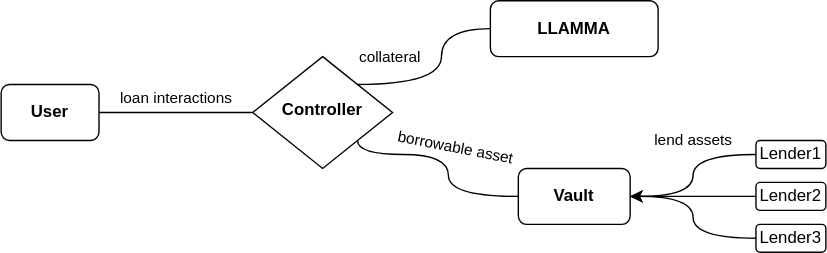
Before: docs/assets/images/lending_overview.svg, a diagram exported from draw.io (CurveDocs/curve-docs). Source tidied: cells renumbered, new cells last; positions are measured from the earlier drawing's top-left corner, leaving out a move shared by most shapes.
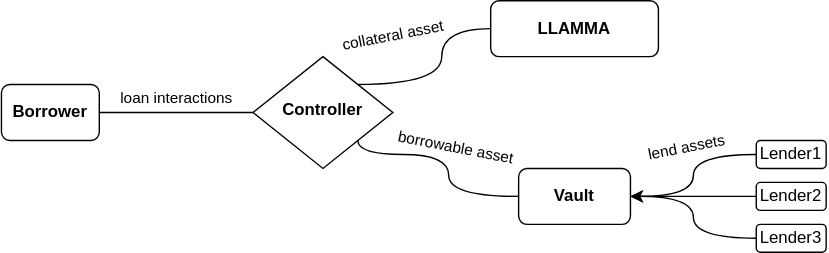
The same diagram one commit later.

Change to the diagram source:
```diff
@@ -5,11 +5,11 @@
     <mxCell id="2" value="loan interactions" style="edgeStyle=orthogonalEdgeStyle;rounded=0;jettySize=auto;html=1;exitX=1;exitY=0.5;exitDx=0;exitDy=0;entryX=0;entryY=0.5;entryDx=0;entryDy=0;endArrow=none;endFill=0;" parent="1" edge="1" source="3" target="5">
       <mxGeometry y="10" relative="1" as="geometry" />
     </mxCell>
-    <mxCell id="3" value="&lt;b&gt;User&lt;/b&gt;" style="rounded=1;whiteSpace=wrap;html=1;fontSize=12;glass=0;strokeWidth=1;shadow=0;" parent="1" vertex="1">
+    <mxCell id="3" value="&lt;b&gt;Borrower&lt;/b&gt;" style="rounded=1;whiteSpace=wrap;html=1;fontSize=12;glass=0;strokeWidth=1;shadow=0;" parent="1" vertex="1">
       <mxGeometry y="60" width="70" height="40" as="geometry" />
     </mxCell>
-    <mxCell id="4" value="collateral" style="edgeStyle=orthogonalEdgeStyle;rounded=0;jettySize=auto;html=1;exitX=1;exitY=0;exitDx=0;exitDy=0;entryX=0;entryY=0.5;entryDx=0;entryDy=0;curved=1;startArrow=none;startFill=0;endArrow=none;endFill=0;" parent="1" edge="1" source="5" target="6">
-      <mxGeometry x="-0.66" y="20" relative="1" as="geometry" />
+    <mxCell id="4" style="edgeStyle=orthogonalEdgeStyle;rounded=0;jettySize=auto;html=1;exitX=1;exitY=0;exitDx=0;exitDy=0;entryX=0;entryY=0.5;entryDx=0;entryDy=0;curved=1;startArrow=none;startFill=0;endArrow=none;endFill=0;" parent="1" edge="1" source="5" target="6">
+      <mxGeometry x="-0.63" y="30" relative="1" as="geometry" />
     </mxCell>
     <mxCell id="5" value="&lt;b&gt;Controller&lt;/b&gt;" style="rhombus;whiteSpace=wrap;html=1;shadow=0;fontFamily=Helvetica;fontSize=12;align=center;strokeWidth=1;spacing=6;spacingTop=-4;" parent="1" vertex="1">
       <mxGeometry x="180" y="40" width="100" height="80" as="geometry" />
@@ -26,7 +26,7 @@
     <mxCell id="9" value="Lender3" style="rounded=1;whiteSpace=wrap;html=1;" parent="1" vertex="1">
       <mxGeometry x="540" y="160" width="50" height="20" as="geometry" />
     </mxCell>
-    <mxCell id="10" value="lend assets" style="edgeStyle=orthogonalEdgeStyle;rounded=0;jettySize=auto;html=1;exitX=0;exitY=0.5;exitDx=0;exitDy=0;entryX=1;entryY=0.5;entryDx=0;entryDy=0;curved=1;" parent="1" edge="1" source="11" target="7">
+    <mxCell id="10" style="edgeStyle=orthogonalEdgeStyle;rounded=0;jettySize=auto;html=1;exitX=0;exitY=0.5;exitDx=0;exitDy=0;entryX=1;entryY=0.5;entryDx=0;entryDy=0;curved=1;" parent="1" edge="1" source="11" target="7">
       <mxGeometry x="-0.25" y="-10" relative="1" as="geometry">
         <mxPoint x="10" y="-10" as="offset" />
       </mxGeometry>
@@ -54,5 +54,11 @@
     <mxCell id="15" value="&lt;font style=&quot;font-size: 11px;&quot;&gt;borrowable asset&lt;/font&gt;" style="text;html=1;align=center;verticalAlign=middle;strokeColor=none;fillColor=none;rotation=11;" parent="1" vertex="1">
       <mxGeometry x="270" y="90" width="110" height="30" as="geometry" />
     </mxCell>
+    <mxCell id="16" value="&lt;font style=&quot;font-size: 11px;&quot;&gt;collateral asset&lt;/font&gt;" style="text;html=1;align=center;verticalAlign=middle;strokeColor=none;fillColor=none;rotation=349;" parent="1" vertex="1">
+      <mxGeometry x="230" y="10" width="100" height="30" as="geometry" />
+    </mxCell>
+    <mxCell id="17" value="&lt;font style=&quot;font-size: 11px;&quot;&gt;lend assets&lt;/font&gt;" style="text;html=1;align=center;verticalAlign=middle;strokeColor=none;fillColor=none;rotation=349;" parent="1" vertex="1">
+      <mxGeometry x="450" y="90" width="80" height="30" as="geometry" />
+    </mxCell>
   </root>
 </mxGraphModel>
```
